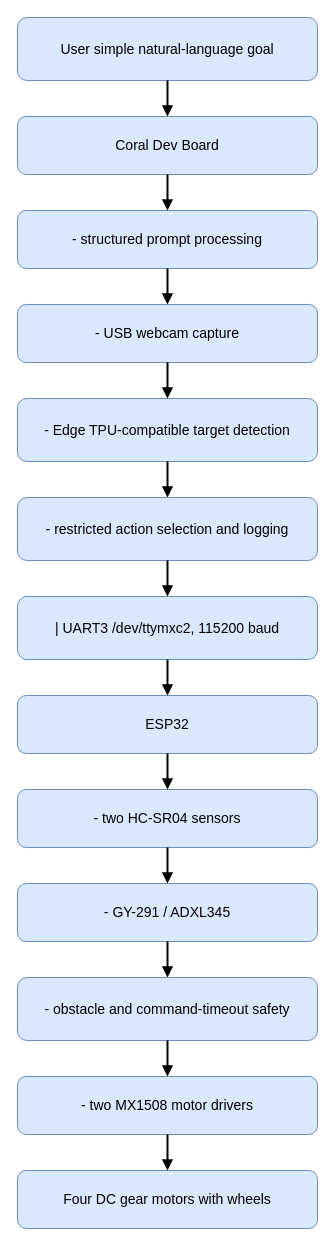
The draw.io diagram drawio/chapter_3/figure_3_2_proposed_system_architecture.drawio in amfarhnn/VLM-Based-Robot-Navigation, before the edit. Source tidied: cells renumbered, new cells numbered last; positions are measured from the earlier drawing's top-left corner, leaving out a move shared by most shapes. Both pictures are drawn from the tidied source at 100%, with x=0, y=0 at pixel (17, 17).
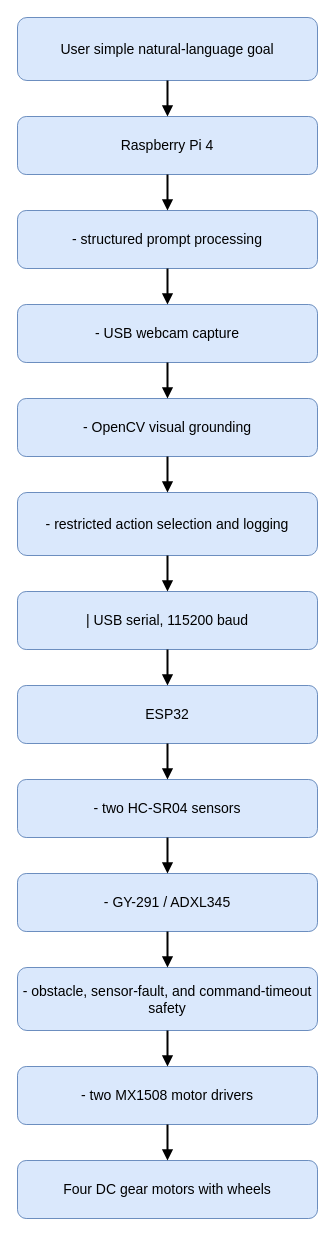
The same diagram, later.

Change to the diagram source:
```diff
@@
-    <mxCell id="3" value="Coral Dev Board" style="rounded=1;whiteSpace=wrap;html=1;fillColor=#dae8fc;strokeColor=#6c8ebf;fontSize=14;" parent="1" vertex="1">
+    <mxCell id="3" value="Raspberry Pi 4" style="rounded=1;whiteSpace=wrap;html=1;fillColor=#dae8fc;strokeColor=#6c8ebf;fontSize=14;" parent="1" vertex="1">
       <mxGeometry y="99" width="300" height="58" as="geometry" />
     </mxCell>
@@
-    <mxCell id="9" value="- Edge TPU-compatible target detection" style="rounded=1;whiteSpace=wrap;html=1;fillColor=#dae8fc;strokeColor=#6c8ebf;fontSize=14;" parent="1" vertex="1">
-      <mxGeometry y="381" width="300" height="63" as="geometry" />
+    <mxCell id="9" value="- OpenCV visual grounding" style="rounded=1;whiteSpace=wrap;html=1;fillColor=#dae8fc;strokeColor=#6c8ebf;fontSize=14;" parent="1" vertex="1">
+      <mxGeometry y="381" width="300" height="58" as="geometry" />
     </mxCell>
@@
     <mxCell id="11" value="- restricted action selection and logging" style="rounded=1;whiteSpace=wrap;html=1;fillColor=#dae8fc;strokeColor=#6c8ebf;fontSize=14;" parent="1" vertex="1">
-      <mxGeometry y="480" width="300" height="63" as="geometry" />
+      <mxGeometry y="475" width="300" height="63" as="geometry" />
     </mxCell>
@@
-    <mxCell id="13" value="| UART3 /dev/ttymxc2, 115200 baud" style="rounded=1;whiteSpace=wrap;html=1;fillColor=#dae8fc;strokeColor=#6c8ebf;fontSize=14;" parent="1" vertex="1">
-      <mxGeometry y="579" width="300" height="63" as="geometry" />
+    <mxCell id="13" value="| USB serial, 115200 baud" style="rounded=1;whiteSpace=wrap;html=1;fillColor=#dae8fc;strokeColor=#6c8ebf;fontSize=14;" parent="1" vertex="1">
+      <mxGeometry y="574" width="300" height="58" as="geometry" />
     </mxCell>
@@
     <mxCell id="15" value="ESP32" style="rounded=1;whiteSpace=wrap;html=1;fillColor=#dae8fc;strokeColor=#6c8ebf;fontSize=14;" parent="1" vertex="1">
-      <mxGeometry y="678" width="300" height="58" as="geometry" />
+      <mxGeometry y="668" width="300" height="58" as="geometry" />
     </mxCell>
@@
     <mxCell id="17" value="- two HC-SR04 sensors" style="rounded=1;whiteSpace=wrap;html=1;fillColor=#dae8fc;strokeColor=#6c8ebf;fontSize=14;" parent="1" vertex="1">
-      <mxGeometry y="772" width="300" height="58" as="geometry" />
+      <mxGeometry y="762" width="300" height="58" as="geometry" />
     </mxCell>
@@
     <mxCell id="19" value="- GY-291 / ADXL345" style="rounded=1;whiteSpace=wrap;html=1;fillColor=#dae8fc;strokeColor=#6c8ebf;fontSize=14;" parent="1" vertex="1">
-      <mxGeometry y="866" width="300" height="58" as="geometry" />
+      <mxGeometry y="856" width="300" height="58" as="geometry" />
     </mxCell>
@@
-    <mxCell id="21" value="- obstacle and command-timeout safety" style="rounded=1;whiteSpace=wrap;html=1;fillColor=#dae8fc;strokeColor=#6c8ebf;fontSize=14;" parent="1" vertex="1">
-      <mxGeometry y="960" width="300" height="63" as="geometry" />
+    <mxCell id="21" value="- obstacle, sensor-fault, and command-timeout safety" style="rounded=1;whiteSpace=wrap;html=1;fillColor=#dae8fc;strokeColor=#6c8ebf;fontSize=14;" parent="1" vertex="1">
+      <mxGeometry y="950" width="300" height="63" as="geometry" />
     </mxCell>
@@
     <mxCell id="23" value="- two MX1508 motor drivers" style="rounded=1;whiteSpace=wrap;html=1;fillColor=#dae8fc;strokeColor=#6c8ebf;fontSize=14;" parent="1" vertex="1">
-      <mxGeometry y="1059" width="300" height="58" as="geometry" />
+      <mxGeometry y="1049" width="300" height="58" as="geometry" />
     </mxCell>
@@
     <mxCell id="25" value="Four DC gear motors with wheels" style="rounded=1;whiteSpace=wrap;html=1;fillColor=#dae8fc;strokeColor=#6c8ebf;fontSize=14;" parent="1" vertex="1">
-      <mxGeometry y="1153" width="300" height="58" as="geometry" />
+      <mxGeometry y="1143" width="300" height="58" as="geometry" />
     </mxCell>
```
